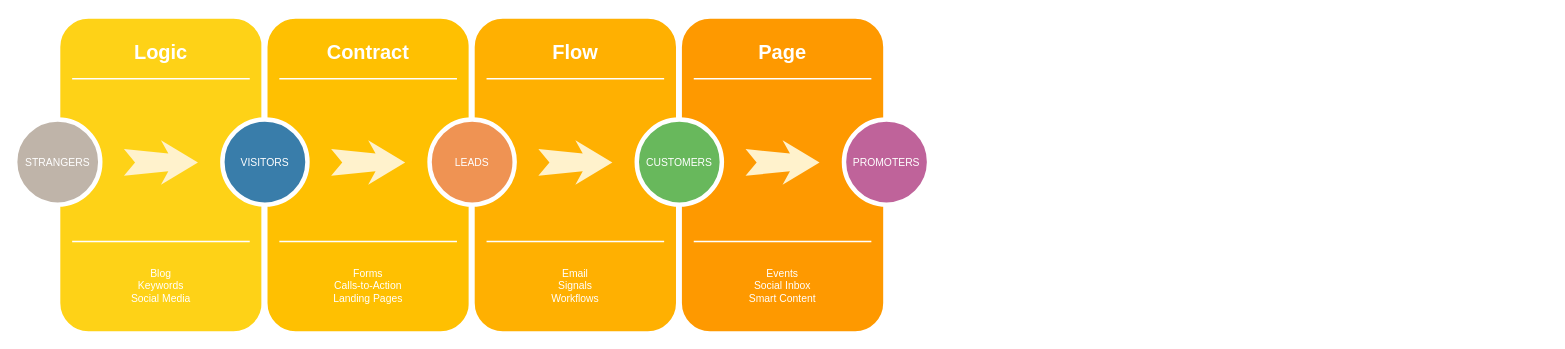
This is footprint/Untitled Diagram.drawio from jLab-tech/jLab-Web3-Fullstack-Practice, a draw.io file, before an edit. Source tidied: cells renumbered, new cells numbered last; positions are measured from the earlier drawing's top-left corner, leaving out a move shared by most shapes. Both pictures are drawn from the tidied source at 74%, with x=0, y=0 at pixel (15, 16).
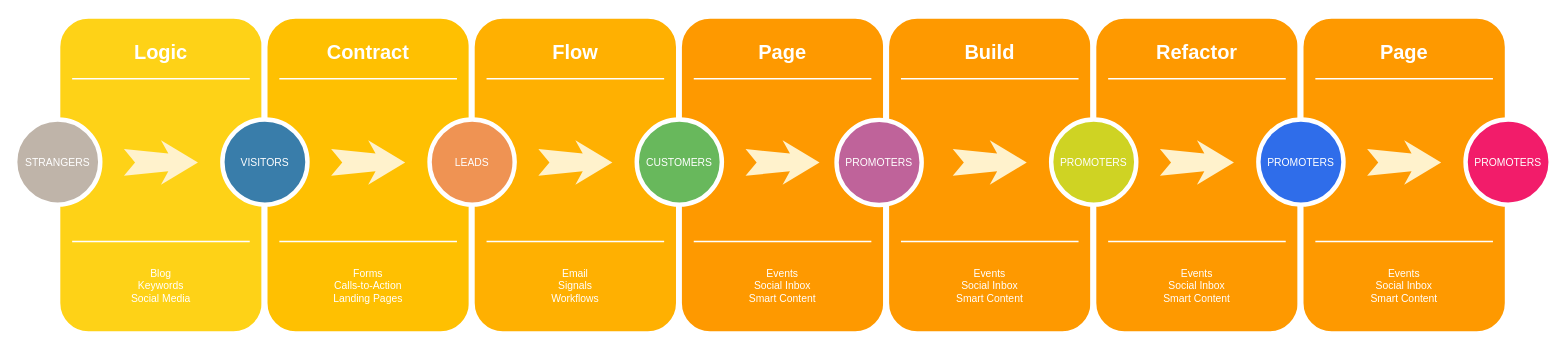
Above is the later version.

Diff of the diagram source:
```diff
@@
+    <mxCell id="31" style="whiteSpace=wrap;html=1;rounded=1;shadow=0;strokeWidth=8;fontSize=20;align=center;fillColor=#FE9900;strokeColor=#FFFFFF;" parent="1" vertex="1">
+      <mxGeometry x="1177" width="280" height="430" as="geometry" />
+    </mxCell>
+    <mxCell id="32" value="Build" style="text;html=1;strokeColor=none;fillColor=none;align=center;verticalAlign=middle;whiteSpace=wrap;rounded=0;shadow=0;fontSize=27;fontColor=#FFFFFF;fontStyle=1;" parent="1" vertex="1">
+      <mxGeometry x="1177" y="20" width="280" height="60" as="geometry" />
+    </mxCell>
+    <mxCell id="33" value="Events&lt;div&gt;Social Inbox&lt;/div&gt;&lt;div&gt;Smart Content&lt;/div&gt;" style="text;html=1;strokeColor=none;fillColor=none;align=center;verticalAlign=middle;whiteSpace=wrap;rounded=0;shadow=0;fontSize=14;fontColor=#FFFFFF;" parent="1" vertex="1">
+      <mxGeometry x="1177" y="320" width="280" height="90" as="geometry" />
+    </mxCell>
+    <mxCell id="34" style="line;strokeWidth=2;html=1;rounded=0;shadow=0;fontSize=27;align=center;fillColor=none;strokeColor=#FFFFFF;" parent="1" vertex="1">
+      <mxGeometry x="1197" y="80" width="240" height="10" as="geometry" />
+    </mxCell>
+    <mxCell id="35" style="line;strokeWidth=2;html=1;rounded=0;shadow=0;fontSize=27;align=center;fillColor=none;strokeColor=#FFFFFF;" parent="1" vertex="1">
+      <mxGeometry x="1197" y="300" width="240" height="10" as="geometry" />
+    </mxCell>
+    <mxCell id="36" style="html=1;shadow=0;dashed=0;align=center;verticalAlign=middle;shape=mxgraph.arrows2.stylisedArrow;dy=0.6;dx=40;notch=15;feather=0.4;rounded=0;strokeWidth=1;fontSize=27;strokeColor=none;fillColor=#fff2cc;" parent="1" vertex="1">
+      <mxGeometry x="1267" y="168" width="100" height="60" as="geometry" />
+    </mxCell>
     <mxCell id="30" value="PROMOTERS" style="ellipse;whiteSpace=wrap;html=1;rounded=0;shadow=0;strokeWidth=6;fontSize=14;align=center;fillColor=#BF639A;strokeColor=#FFFFFF;fontColor=#FFFFFF;" parent="1" vertex="1">
-      <mxGeometry x="1120" y="140" width="115" height="115" as="geometry" />
+      <mxGeometry x="1110" y="140.5" width="115" height="115" as="geometry" />
     </mxCell>
+    <mxCell id="37" style="whiteSpace=wrap;html=1;rounded=1;shadow=0;strokeWidth=8;fontSize=20;align=center;fillColor=#FE9900;strokeColor=#FFFFFF;" parent="1" vertex="1">
+      <mxGeometry x="1457" width="280" height="430" as="geometry" />
+    </mxCell>
+    <mxCell id="38" value="Refactor" style="text;html=1;strokeColor=none;fillColor=none;align=center;verticalAlign=middle;whiteSpace=wrap;rounded=0;shadow=0;fontSize=27;fontColor=#FFFFFF;fontStyle=1;" parent="1" vertex="1">
+      <mxGeometry x="1457" y="20" width="280" height="60" as="geometry" />
+    </mxCell>
+    <mxCell id="39" value="Events&lt;div&gt;Social Inbox&lt;/div&gt;&lt;div&gt;Smart Content&lt;/div&gt;" style="text;html=1;strokeColor=none;fillColor=none;align=center;verticalAlign=middle;whiteSpace=wrap;rounded=0;shadow=0;fontSize=14;fontColor=#FFFFFF;" parent="1" vertex="1">
+      <mxGeometry x="1457" y="320" width="280" height="90" as="geometry" />
+    </mxCell>
+    <mxCell id="40" style="line;strokeWidth=2;html=1;rounded=0;shadow=0;fontSize=27;align=center;fillColor=none;strokeColor=#FFFFFF;" parent="1" vertex="1">
+      <mxGeometry x="1477" y="80" width="240" height="10" as="geometry" />
+    </mxCell>
+    <mxCell id="41" style="line;strokeWidth=2;html=1;rounded=0;shadow=0;fontSize=27;align=center;fillColor=none;strokeColor=#FFFFFF;" parent="1" vertex="1">
+      <mxGeometry x="1477" y="300" width="240" height="10" as="geometry" />
+    </mxCell>
+    <mxCell id="42" style="html=1;shadow=0;dashed=0;align=center;verticalAlign=middle;shape=mxgraph.arrows2.stylisedArrow;dy=0.6;dx=40;notch=15;feather=0.4;rounded=0;strokeWidth=1;fontSize=27;strokeColor=none;fillColor=#fff2cc;" parent="1" vertex="1">
+      <mxGeometry x="1547" y="168" width="100" height="60" as="geometry" />
+    </mxCell>
+    <mxCell id="43" value="PROMOTERS" style="ellipse;whiteSpace=wrap;html=1;rounded=0;shadow=0;strokeWidth=6;fontSize=14;align=center;fillColor=#CFD323;strokeColor=#FFFFFF;fontColor=#FFFFFF;" parent="1" vertex="1">
+      <mxGeometry x="1400" y="140" width="115" height="115" as="geometry" />
+    </mxCell>
+    <mxCell id="44" style="whiteSpace=wrap;html=1;rounded=1;shadow=0;strokeWidth=8;fontSize=20;align=center;fillColor=#FE9900;strokeColor=#FFFFFF;" parent="1" vertex="1">
+      <mxGeometry x="1737" width="280" height="430" as="geometry" />
+    </mxCell>
+    <mxCell id="45" value="Page" style="text;html=1;strokeColor=none;fillColor=none;align=center;verticalAlign=middle;whiteSpace=wrap;rounded=0;shadow=0;fontSize=27;fontColor=#FFFFFF;fontStyle=1;" parent="1" vertex="1">
+      <mxGeometry x="1737" y="20" width="280" height="60" as="geometry" />
+    </mxCell>
+    <mxCell id="46" value="Events&lt;div&gt;Social Inbox&lt;/div&gt;&lt;div&gt;Smart Content&lt;/div&gt;" style="text;html=1;strokeColor=none;fillColor=none;align=center;verticalAlign=middle;whiteSpace=wrap;rounded=0;shadow=0;fontSize=14;fontColor=#FFFFFF;" parent="1" vertex="1">
+      <mxGeometry x="1737" y="320" width="280" height="90" as="geometry" />
+    </mxCell>
+    <mxCell id="47" style="line;strokeWidth=2;html=1;rounded=0;shadow=0;fontSize=27;align=center;fillColor=none;strokeColor=#FFFFFF;" parent="1" vertex="1">
+      <mxGeometry x="1757" y="80" width="240" height="10" as="geometry" />
+    </mxCell>
+    <mxCell id="48" style="line;strokeWidth=2;html=1;rounded=0;shadow=0;fontSize=27;align=center;fillColor=none;strokeColor=#FFFFFF;" parent="1" vertex="1">
+      <mxGeometry x="1757" y="300" width="240" height="10" as="geometry" />
+    </mxCell>
+    <mxCell id="49" style="html=1;shadow=0;dashed=0;align=center;verticalAlign=middle;shape=mxgraph.arrows2.stylisedArrow;dy=0.6;dx=40;notch=15;feather=0.4;rounded=0;strokeWidth=1;fontSize=27;strokeColor=none;fillColor=#fff2cc;" parent="1" vertex="1">
+      <mxGeometry x="1827" y="168" width="100" height="60" as="geometry" />
+    </mxCell>
+    <mxCell id="50" value="PROMOTERS" style="ellipse;whiteSpace=wrap;html=1;rounded=0;shadow=0;strokeWidth=6;fontSize=14;align=center;fillColor=#F21C6A;strokeColor=#FFFFFF;fontColor=#FFFFFF;" parent="1" vertex="1">
+      <mxGeometry x="1960" y="140" width="115" height="115" as="geometry" />
+    </mxCell>
+    <mxCell id="51" value="PROMOTERS" style="ellipse;whiteSpace=wrap;html=1;rounded=0;shadow=0;strokeWidth=6;fontSize=14;align=center;fillColor=#2F6DeA;strokeColor=#FFFFFF;fontColor=#FFFFFF;" parent="1" vertex="1">
+      <mxGeometry x="1680" y="140" width="115" height="115" as="geometry" />
+    </mxCell>
```
